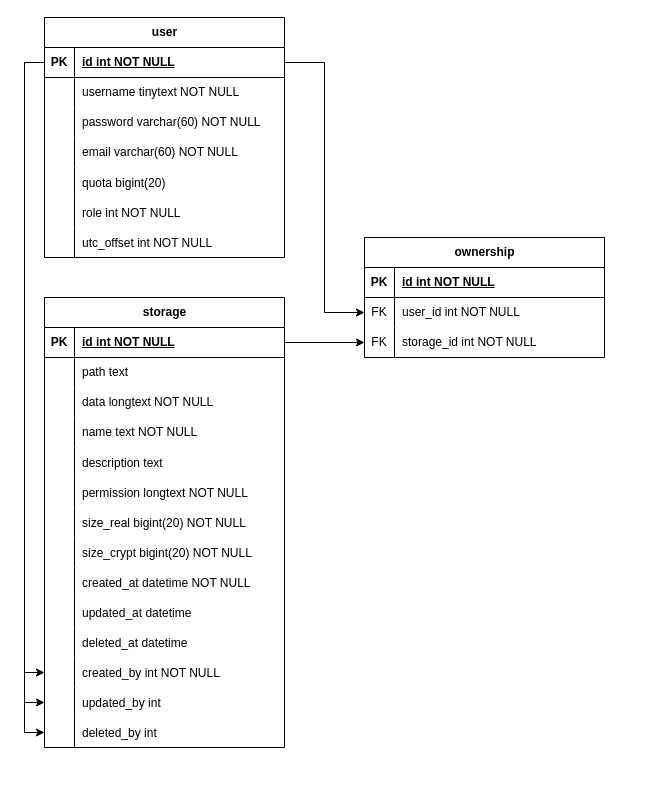
This is Database Schema.drawio from Veteranfighter/daba-file-manager, a draw.io file, before an edit. Source tidied: cells renumbered, new cells numbered last; positions are measured from the earlier drawing's top-left corner, leaving out a move shared by most shapes. Both pictures are drawn from the tidied source at 100%, with x=0, y=0 at pixel (44, 17).
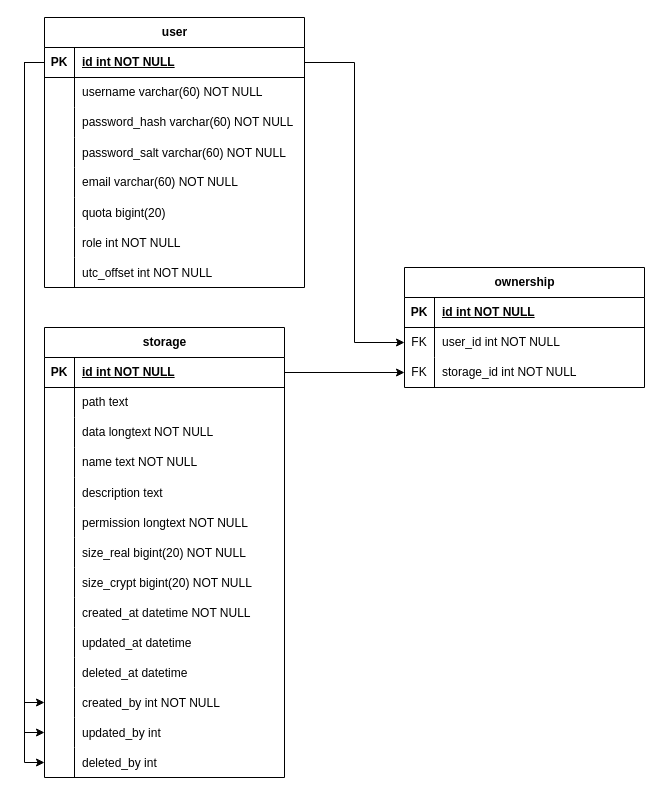
After the change.

Unchanged cells that the change refers to:
```xml
<mxCell id="61" style="shape=tableRow;horizontal=0;startSize=0;swimlaneHead=0;swimlaneBody=0;fillColor=none;points=[[0,0.5],[1,0.5]];portConstraint=eastwest;top=0;left=0;right=0;bottom=0;" parent="24" vertex="1">
  <mxGeometry y="390" width="240" height="30" as="geometry" />
</mxCell>
<mxCell id="64" style="shape=tableRow;horizontal=0;startSize=0;swimlaneHead=0;swimlaneBody=0;fillColor=none;points=[[0,0.5],[1,0.5]];portConstraint=eastwest;top=0;left=0;right=0;bottom=0;" parent="24" vertex="1">
  <mxGeometry y="420" width="240" height="30" as="geometry" />
</mxCell>
```

What changed in the source:
```diff
@@
     <mxCell id="2" value="user" style="shape=table;startSize=30;childLayout=tableLayout;rowLines=0;fontStyle=1;align=center;html=1;" parent="1" vertex="1">
-      <mxGeometry width="240" height="240" as="geometry" />
+      <mxGeometry width="260" height="270" as="geometry" />
     </mxCell>
     <mxCell id="3" style="shape=tableRow;horizontal=0;startSize=0;swimlaneHead=0;swimlaneBody=0;fillColor=none;points=[[0,0.5],[1,0.5]];portConstraint=eastwest;top=0;left=0;right=0;bottom=1;" parent="2" vertex="1">
-      <mxGeometry y="30" width="240" height="30" as="geometry" />
+      <mxGeometry y="30" width="260" height="30" as="geometry" />
     </mxCell>
@@
     <mxCell id="5" value="id int NOT NULL" style="shape=partialRectangle;fillColor=none;top=0;left=0;bottom=0;right=0;align=left;spacingLeft=6;fontStyle=5;overflow=hidden;whiteSpace=wrap;html=1;" parent="3" vertex="1">
-      <mxGeometry x="30" width="210" height="30" as="geometry" />
+      <mxGeometry x="30" width="230" height="30" as="geometry" />
     </mxCell>
     <mxCell id="6" style="shape=tableRow;horizontal=0;startSize=0;swimlaneHead=0;swimlaneBody=0;fillColor=none;top=0;left=0;right=0;bottom=0;" parent="2" vertex="1">
-      <mxGeometry y="60" width="240" height="30" as="geometry" />
+      <mxGeometry y="60" width="260" height="30" as="geometry" />
     </mxCell>
@@
-    <mxCell id="8" value="username tinytext NOT NULL" style="shape=partialRectangle;fillColor=none;top=0;left=0;bottom=0;right=0;align=left;spacingLeft=6;overflow=hidden;whiteSpace=wrap;html=1;" parent="6" vertex="1">
-      <mxGeometry x="30" width="210" height="30" as="geometry" />
+    <mxCell id="8" value="username varchar(60) NOT NULL" style="shape=partialRectangle;fillColor=none;top=0;left=0;bottom=0;right=0;align=left;spacingLeft=6;overflow=hidden;whiteSpace=wrap;html=1;" parent="6" vertex="1">
+      <mxGeometry x="30" width="230" height="30" as="geometry" />
     </mxCell>
     <mxCell id="9" style="shape=tableRow;horizontal=0;startSize=0;swimlaneHead=0;swimlaneBody=0;fillColor=none;top=0;left=0;right=0;bottom=0;" parent="2" vertex="1">
-      <mxGeometry y="90" width="240" height="30" as="geometry" />
+      <mxGeometry y="90" width="260" height="30" as="geometry" />
     </mxCell>
@@
-    <mxCell id="11" value="password varchar(60) NOT NULL" style="shape=partialRectangle;fillColor=none;top=0;left=0;bottom=0;right=0;align=left;spacingLeft=6;overflow=hidden;whiteSpace=wrap;html=1;" parent="9" vertex="1">
-      <mxGeometry x="30" width="210" height="30" as="geometry" />
+    <mxCell id="11" value="password_hash varchar(60) NOT NULL" style="shape=partialRectangle;fillColor=none;top=0;left=0;bottom=0;right=0;align=left;spacingLeft=6;overflow=hidden;whiteSpace=wrap;html=1;" parent="9" vertex="1">
+      <mxGeometry x="30" width="230" height="30" as="geometry" />
     </mxCell>
+    <mxCell id="82" style="shape=tableRow;horizontal=0;startSize=0;swimlaneHead=0;swimlaneBody=0;fillColor=none;top=0;left=0;right=0;bottom=0;" parent="2" vertex="1">
+      <mxGeometry y="120" width="260" height="30" as="geometry" />
+    </mxCell>
+    <mxCell id="83" style="shape=partialRectangle;fillColor=none;top=0;left=0;bottom=0;right=0;overflow=hidden;" parent="82" vertex="1">
+      <mxGeometry width="30" height="30" as="geometry" />
+    </mxCell>
+    <mxCell id="84" value="password_salt varchar(60) NOT NULL" style="shape=partialRectangle;fillColor=none;top=0;left=0;bottom=0;right=0;align=left;spacingLeft=6;overflow=hidden;" parent="82" vertex="1">
+      <mxGeometry x="30" width="230" height="30" as="geometry" />
+    </mxCell>
     <mxCell id="12" style="shape=tableRow;horizontal=0;startSize=0;swimlaneHead=0;swimlaneBody=0;fillColor=none;top=0;left=0;right=0;bottom=0;" parent="2" vertex="1">
-      <mxGeometry y="120" width="240" height="30" as="geometry" />
+      <mxGeometry y="150" width="260" height="30" as="geometry" />
     </mxCell>
@@
     <mxCell id="14" value="email varchar(60) NOT NULL" style="shape=partialRectangle;fillColor=none;top=0;left=0;bottom=0;right=0;align=left;spacingLeft=6;overflow=hidden;whiteSpace=wrap;html=1;" parent="12" vertex="1">
-      <mxGeometry x="30" width="210" height="30" as="geometry" />
+      <mxGeometry x="30" width="230" height="30" as="geometry" />
     </mxCell>
     <mxCell id="15" style="shape=tableRow;horizontal=0;startSize=0;swimlaneHead=0;swimlaneBody=0;fillColor=none;top=0;left=0;right=0;bottom=0;" parent="2" vertex="1">
-      <mxGeometry y="150" width="240" height="30" as="geometry" />
+      <mxGeometry y="180" width="260" height="30" as="geometry" />
     </mxCell>
@@
     <mxCell id="17" value="quota bigint(20)" style="shape=partialRectangle;fillColor=none;top=0;left=0;bottom=0;right=0;align=left;spacingLeft=6;overflow=hidden;" parent="15" vertex="1">
-      <mxGeometry x="30" width="210" height="30" as="geometry" />
+      <mxGeometry x="30" width="230" height="30" as="geometry" />
     </mxCell>
     <mxCell id="18" style="shape=tableRow;horizontal=0;startSize=0;swimlaneHead=0;swimlaneBody=0;fillColor=none;top=0;left=0;right=0;bottom=0;" parent="2" vertex="1">
-      <mxGeometry y="180" width="240" height="30" as="geometry" />
+      <mxGeometry y="210" width="260" height="30" as="geometry" />
     </mxCell>
@@
     <mxCell id="20" value="role int NOT NULL" style="shape=partialRectangle;fillColor=none;top=0;left=0;bottom=0;right=0;align=left;spacingLeft=6;overflow=hidden;" parent="18" vertex="1">
-      <mxGeometry x="30" width="210" height="30" as="geometry" />
+      <mxGeometry x="30" width="230" height="30" as="geometry" />
     </mxCell>
     <mxCell id="21" style="shape=tableRow;horizontal=0;startSize=0;swimlaneHead=0;swimlaneBody=0;fillColor=none;top=0;left=0;right=0;bottom=0;" parent="2" vertex="1">
-      <mxGeometry y="210" width="240" height="30" as="geometry" />
+      <mxGeometry y="240" width="260" height="30" as="geometry" />
     </mxCell>
@@
     <mxCell id="23" value="utc_offset int NOT NULL" style="shape=partialRectangle;fillColor=none;top=0;left=0;bottom=0;right=0;align=left;spacingLeft=6;overflow=hidden;" parent="21" vertex="1">
-      <mxGeometry x="30" width="210" height="30" as="geometry" />
+      <mxGeometry x="30" width="230" height="30" as="geometry" />
     </mxCell>
     <mxCell id="24" value="storage" style="shape=table;startSize=30;childLayout=tableLayout;rowLines=0;fontStyle=1;align=center;html=1;" parent="1" vertex="1">
-      <mxGeometry y="280" width="240" height="450" as="geometry" />
+      <mxGeometry y="310" width="240" height="450" as="geometry" />
     </mxCell>
@@
     <mxCell id="67" value="ownership" style="shape=table;startSize=30;childLayout=tableLayout;rowLines=0;fontStyle=1;align=center;html=1;" parent="1" vertex="1">
-      <mxGeometry x="320" y="220" width="240" height="120" as="geometry" />
+      <mxGeometry x="360" y="250" width="240" height="120" as="geometry" />
     </mxCell>
@@
     <mxCell id="80" style="edgeStyle=orthogonalEdgeStyle;rounded=0;jettySize=auto;html=1;entryX=0;entryY=0.5;entryDx=0;entryDy=0;startArrow=classic;startFill=1;endArrow=none;endFill=0;" parent="1" edge="1" source="61" target="3">
-      <mxGeometry relative="1" as="geometry" />
+      <mxGeometry relative="1" as="geometry">
+        <Array as="points">
+          <mxPoint x="-20" y="715" />
+          <mxPoint x="-20" y="45" />
+        </Array>
+      </mxGeometry>
     </mxCell>
     <mxCell id="81" style="edgeStyle=orthogonalEdgeStyle;rounded=0;jettySize=auto;html=1;entryX=0;entryY=0.5;entryDx=0;entryDy=0;startArrow=classic;startFill=1;endArrow=none;endFill=0;" parent="1" edge="1" source="64" target="3">
-      <mxGeometry relative="1" as="geometry" />
+      <mxGeometry relative="1" as="geometry">
+        <Array as="points">
+          <mxPoint x="-20" y="745" />
+          <mxPoint x="-20" y="45" />
+        </Array>
+      </mxGeometry>
     </mxCell>
```
